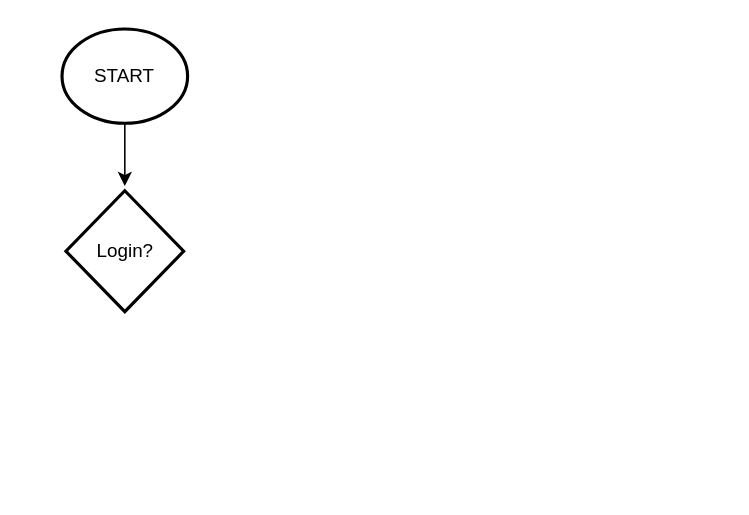
The draw.io diagram Syntax-Web.drawio in dapzz-id/DrawIO, before the edit. Source tidied: cells renumbered, new cells numbered last; positions are measured from the earlier drawing's top-left corner, leaving out a move shared by most shapes. Both pictures are drawn from the tidied source at 157%, with x=0, y=0 at pixel (61, 28).
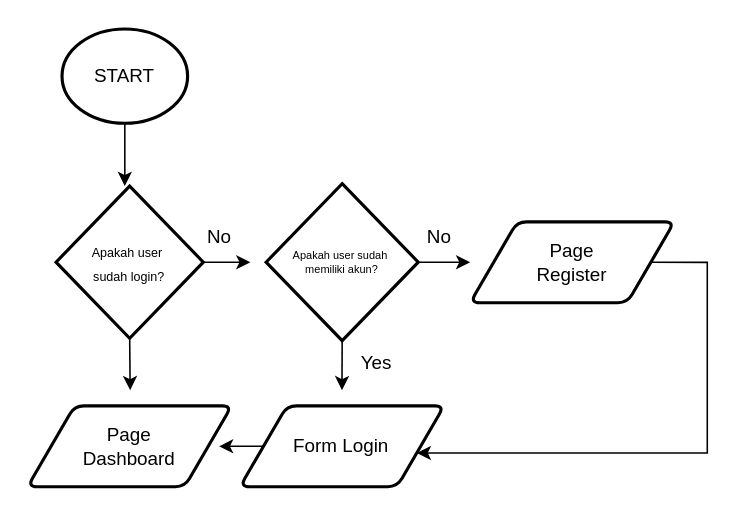
The same page after the edit.

What changed in the source:
```diff
@@
+    <mxCell id="5" style="edgeStyle=orthogonalEdgeStyle;rounded=0;jettySize=auto;html=1;exitX=1;exitY=0.5;exitDx=0;exitDy=0;exitPerimeter=0;" parent="1" edge="1" source="4">
+      <mxGeometry relative="1" as="geometry">
+        <mxPoint x="120" y="148.6" as="targetPoint" />
+      </mxGeometry>
+    </mxCell>
+    <mxCell id="6" style="edgeStyle=orthogonalEdgeStyle;rounded=0;jettySize=auto;html=1;exitX=0.5;exitY=1;exitDx=0;exitDy=0;exitPerimeter=0;" parent="1" edge="1" source="4">
+      <mxGeometry relative="1" as="geometry">
+        <mxPoint x="43.4" y="230" as="targetPoint" />
+      </mxGeometry>
+    </mxCell>
-    <mxCell id="4" value="Login?" style="strokeWidth=2;html=1;shape=mxgraph.flowchart.decision;whiteSpace=wrap;" parent="1" vertex="1">
-      <mxGeometry x="2.5" y="103" width="75" height="77" as="geometry" />
+    <mxCell id="4" value="&lt;font style=&quot;font-size: 8px;&quot;&gt;Apakah user&amp;nbsp;&lt;/font&gt;&lt;div&gt;&lt;font style=&quot;font-size: 8px;&quot;&gt;sudah login?&lt;/font&gt;&lt;/div&gt;" style="strokeWidth=2;html=1;shape=mxgraph.flowchart.decision;whiteSpace=wrap;" parent="1" vertex="1">
+      <mxGeometry x="-3.8" y="100" width="93.8" height="97" as="geometry" />
     </mxCell>
+    <mxCell id="7" style="edgeStyle=orthogonalEdgeStyle;rounded=0;jettySize=auto;html=1;exitX=0;exitY=0.5;exitDx=0;exitDy=0;" parent="1" edge="1" source="8">
+      <mxGeometry relative="1" as="geometry">
+        <mxPoint x="100" y="266" as="targetPoint" />
+      </mxGeometry>
+    </mxCell>
+    <mxCell id="8" value="Form Login" style="shape=parallelogram;html=1;strokeWidth=2;perimeter=parallelogramPerimeter;whiteSpace=wrap;rounded=1;arcSize=12;size=0.23;" parent="1" vertex="1">
+      <mxGeometry x="113.4" y="240" width="130" height="51.5" as="geometry" />
+    </mxCell>
+    <mxCell id="9" style="edgeStyle=orthogonalEdgeStyle;rounded=0;jettySize=auto;html=1;exitX=1;exitY=0.5;exitDx=0;exitDy=0;exitPerimeter=0;" parent="1" edge="1" source="11">
+      <mxGeometry relative="1" as="geometry">
+        <mxPoint x="260" y="148.7" as="targetPoint" />
+      </mxGeometry>
+    </mxCell>
+    <mxCell id="10" style="edgeStyle=orthogonalEdgeStyle;rounded=0;jettySize=auto;html=1;exitX=0.5;exitY=1;exitDx=0;exitDy=0;exitPerimeter=0;" parent="1" edge="1" source="11">
+      <mxGeometry relative="1" as="geometry">
+        <mxPoint x="178.3" y="230" as="targetPoint" />
+      </mxGeometry>
+    </mxCell>
+    <mxCell id="11" value="&lt;div style=&quot;font-size: 7px;&quot;&gt;&lt;span style=&quot;background-color: initial;&quot;&gt;&lt;font style=&quot;font-size: 7px;&quot;&gt;Apakah user sudah&amp;nbsp;&lt;/font&gt;&lt;/span&gt;&lt;/div&gt;&lt;div style=&quot;font-size: 7px;&quot;&gt;&lt;span style=&quot;background-color: initial;&quot;&gt;&lt;font style=&quot;font-size: 7px;&quot;&gt;memiliki akun?&lt;/font&gt;&lt;/span&gt;&lt;/div&gt;" style="strokeWidth=2;html=1;shape=mxgraph.flowchart.decision;whiteSpace=wrap;align=center;" parent="1" vertex="1">
+      <mxGeometry x="130" y="98.5" width="96.9" height="100" as="geometry" />
+    </mxCell>
+    <mxCell id="12" value="No" style="text;html=1;align=center;verticalAlign=middle;strokeColor=none;fillColor=none;" parent="1" vertex="1">
+      <mxGeometry x="80" y="118" width="40" height="30" as="geometry" />
+    </mxCell>
+    <mxCell id="13" value="No" style="text;html=1;align=center;verticalAlign=middle;strokeColor=none;fillColor=none;" parent="1" vertex="1">
+      <mxGeometry x="220" y="118" width="40" height="30" as="geometry" />
+    </mxCell>
+    <mxCell id="14" value="Yes" style="text;html=1;align=center;verticalAlign=middle;strokeColor=none;fillColor=none;" parent="1" vertex="1">
+      <mxGeometry x="180" y="198" width="40" height="30" as="geometry" />
+    </mxCell>
+    <mxCell id="15" style="edgeStyle=orthogonalEdgeStyle;rounded=0;jettySize=auto;html=1;exitX=1;exitY=0.5;exitDx=0;exitDy=0;" parent="1" edge="1" source="16" target="8">
+      <mxGeometry relative="1" as="geometry">
+        <Array as="points">
+          <mxPoint x="411" y="148" />
+          <mxPoint x="411" y="270" />
+        </Array>
+      </mxGeometry>
+    </mxCell>
+    <mxCell id="16" value="Page&lt;div&gt;Register&lt;/div&gt;" style="shape=parallelogram;html=1;strokeWidth=2;perimeter=parallelogramPerimeter;whiteSpace=wrap;rounded=1;arcSize=12;size=0.23;" parent="1" vertex="1">
+      <mxGeometry x="260" y="122.8" width="130" height="51.5" as="geometry" />
+    </mxCell>
+    <mxCell id="17" value="Page&lt;div&gt;Dashboard&lt;/div&gt;" style="shape=parallelogram;html=1;strokeWidth=2;perimeter=parallelogramPerimeter;whiteSpace=wrap;rounded=1;arcSize=12;size=0.23;" parent="1" vertex="1">
+      <mxGeometry x="-21.9" y="240" width="130" height="51.5" as="geometry" />
+    </mxCell>
```
